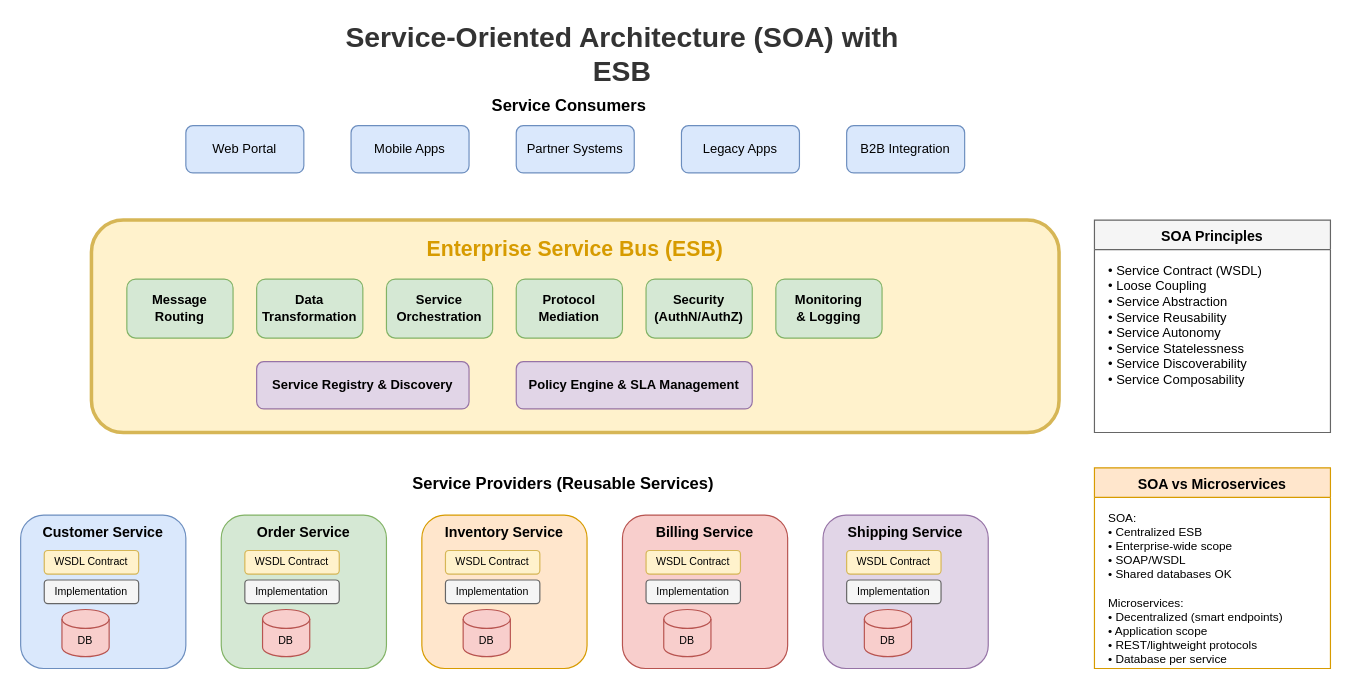
Before: lesson-01-software-design-architecture/diagrams/2.3-soa-esb-architecture.drawio in MrParkerZ7/document-lesson-software-architect-x-claude, a draw.io diagram. Source tidied: cells renumbered, new cells numbered last; positions are measured from the earlier drawing's top-left corner, leaving out a move shared by most shapes. Both pictures are drawn from the tidied source at 118%, with x=0, y=0 at pixel (20, 31).
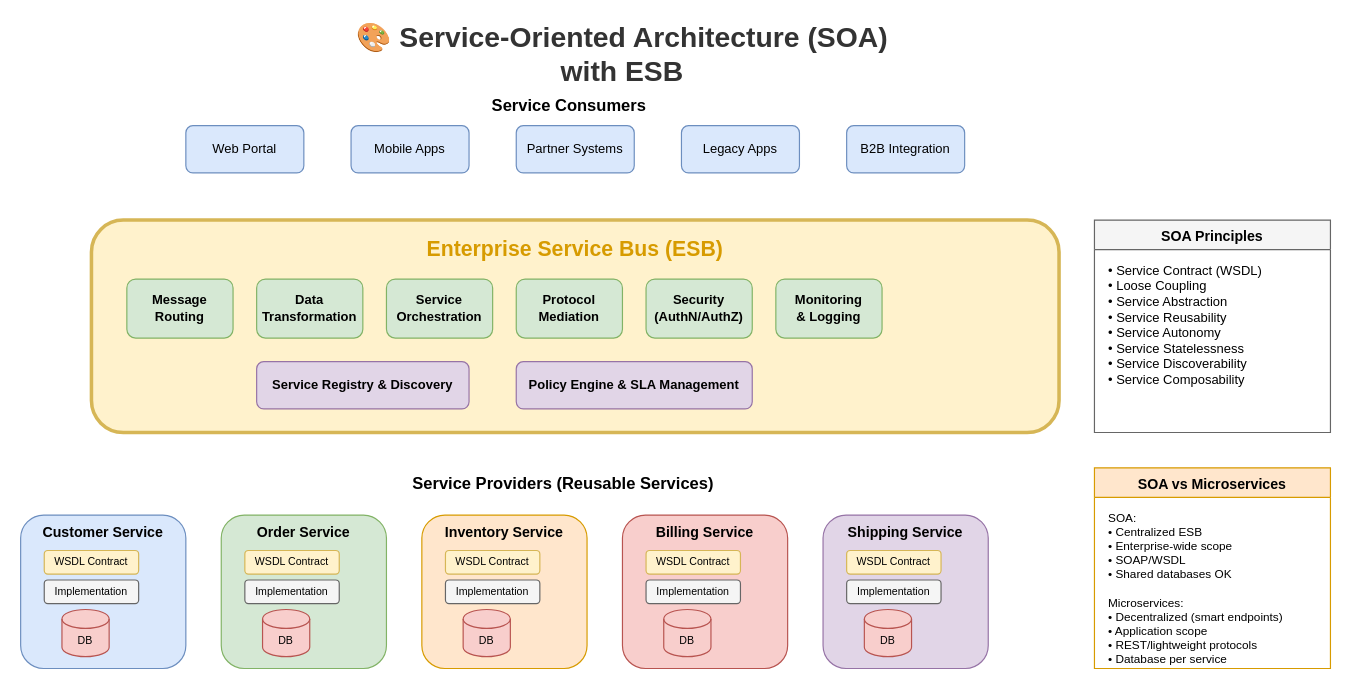
After the change.

Diff of the diagram source:
```diff
@@
-    <mxCell id="2" value="Service-Oriented Architecture (SOA) with ESB" style="text;html=1;strokeColor=none;fillColor=none;align=center;verticalAlign=middle;whiteSpace=wrap;rounded=0;fontSize=24;fontStyle=1;fontColor=#333333;" parent="1" vertex="1">
+    <mxCell id="2" value="🎨 Service-Oriented Architecture (SOA) with ESB" style="text;html=1;strokeColor=none;fillColor=none;align=center;verticalAlign=middle;whiteSpace=wrap;rounded=0;fontSize=24;fontStyle=1;fontColor=#333333;" parent="1" vertex="1">
       <mxGeometry x="260" width="500" height="40" as="geometry" />
     </mxCell>
```
